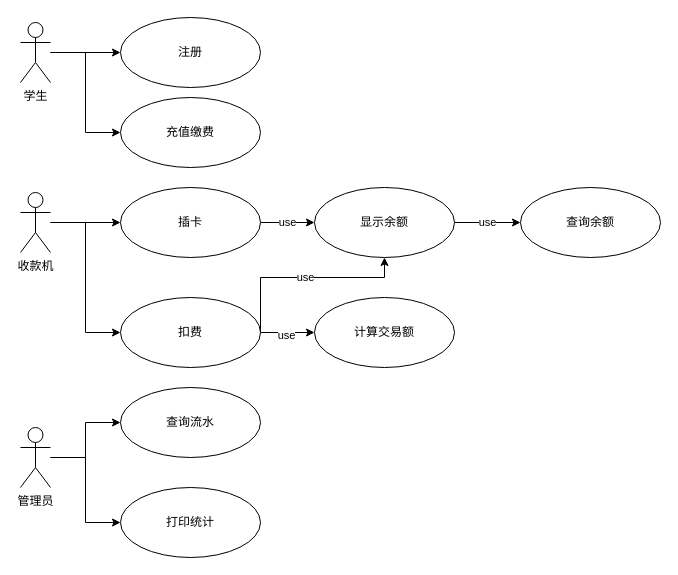
This is 用例图.drawio from lw2003paul/book, a draw.io file, before an edit. Source tidied: cells renumbered, new cells numbered last; positions are measured from the earlier drawing's top-left corner, leaving out a move shared by most shapes. Both pictures are drawn from the tidied source at 100%, with x=0, y=0 at pixel (20, 17).
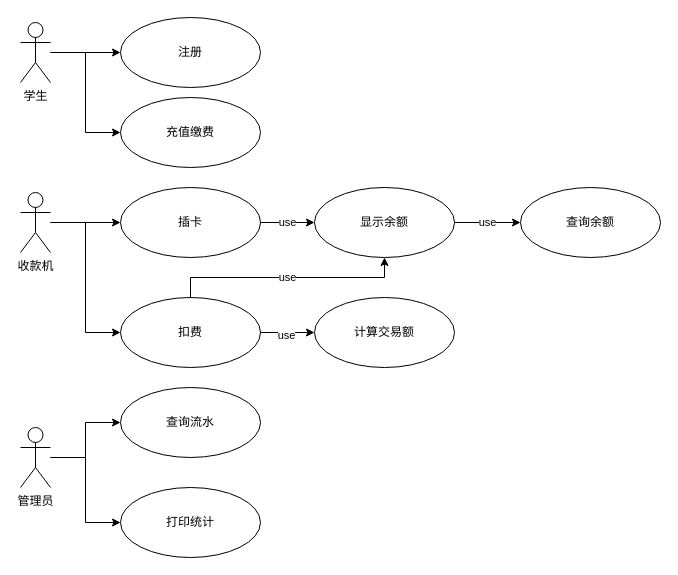
Above is the later version.

Commit message:
更新用例图.drawio

Unchanged cells that the change refers to:
```xml
<mxCell id="14" value="显示余额" style="ellipse;whiteSpace=wrap;html=1;" parent="1" vertex="1">
  <mxGeometry x="294" y="170" width="140" height="70" as="geometry" />
</mxCell>
<mxCell id="18" value="扣费" style="ellipse;whiteSpace=wrap;html=1;" parent="1" vertex="1">
  <mxGeometry x="100" y="280" width="140" height="70" as="geometry" />
</mxCell>
```

Change to the diagram source:
```diff
@@
-    <mxCell id="15" value="use" style="edgeStyle=orthogonalEdgeStyle;rounded=0;jettySize=auto;html=1;exitX=1;exitY=0.5;exitDx=0;exitDy=0;entryX=0.5;entryY=1;entryDx=0;entryDy=0;" parent="1" edge="1" source="18" target="14">
+    <mxCell id="15" value="use" style="edgeStyle=orthogonalEdgeStyle;rounded=0;jettySize=auto;html=1;exitX=0.5;exitY=0;exitDx=0;exitDy=0;entryX=0.5;entryY=1;entryDx=0;entryDy=0;" parent="1" edge="1" source="18" target="14">
       <mxGeometry relative="1" as="geometry">
         <Array as="points">
-          <mxPoint x="240" y="260" />
+          <mxPoint x="170" y="260" />
           <mxPoint x="364" y="260" />
         </Array>
       </mxGeometry>
     </mxCell>
```
